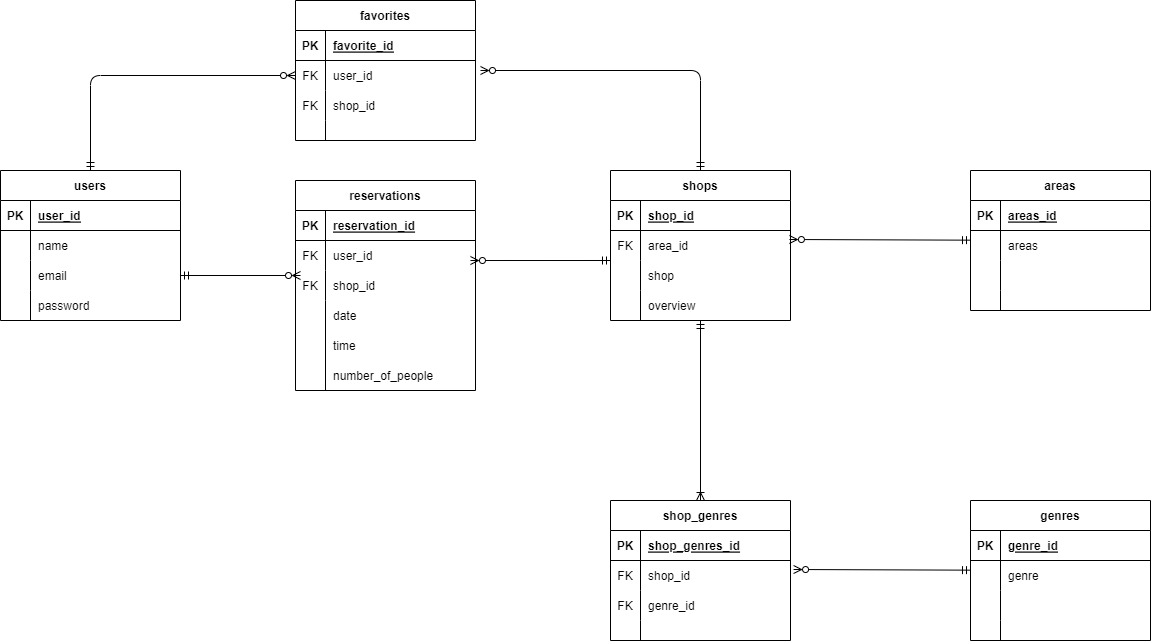
This is reservation/reservation.drawio.png from nakagawa1573/images, a draw.io export, as it was before one commit. Source tidied: cells renumbered, new cells last; positions are measured from the earlier drawing's top-left corner, leaving out a move shared by most shapes.
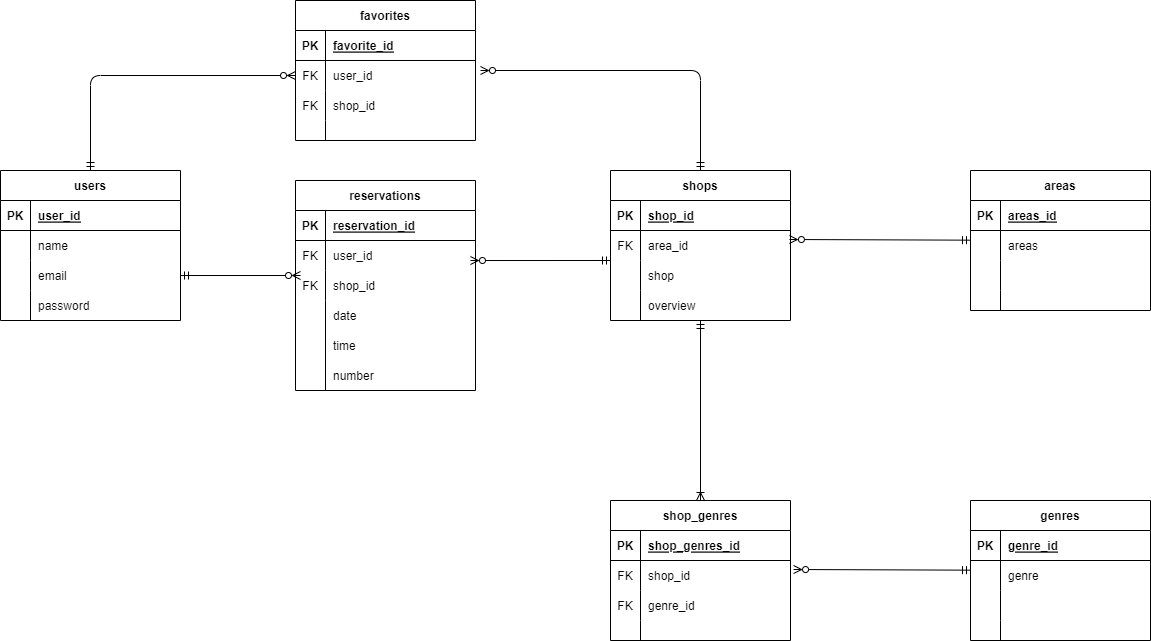
Above is the later version.

Diff of the diagram source:
```diff
@@ -149,7 +149,7 @@
     <mxCell id="47" value="time" style="shape=partialRectangle;fillColor=none;top=0;left=0;bottom=0;right=0;align=left;spacingLeft=6;overflow=hidden;" parent="1" vertex="1">
       <mxGeometry x="325" y="330" width="150" height="30" as="geometry" />
     </mxCell>
-    <mxCell id="48" value="number_of_people" style="shape=partialRectangle;fillColor=none;top=0;left=0;bottom=0;right=0;align=left;spacingLeft=6;overflow=hidden;" parent="1" vertex="1">
+    <mxCell id="48" value="number" style="shape=partialRectangle;fillColor=none;top=0;left=0;bottom=0;right=0;align=left;spacingLeft=6;overflow=hidden;" parent="1" vertex="1">
       <mxGeometry x="325" y="360" width="150" height="30" as="geometry" />
     </mxCell>
     <mxCell id="49" value="favorites" style="shape=table;startSize=30;rowLines=0;fontStyle=1;align=center;" parent="1" vertex="1">
```
